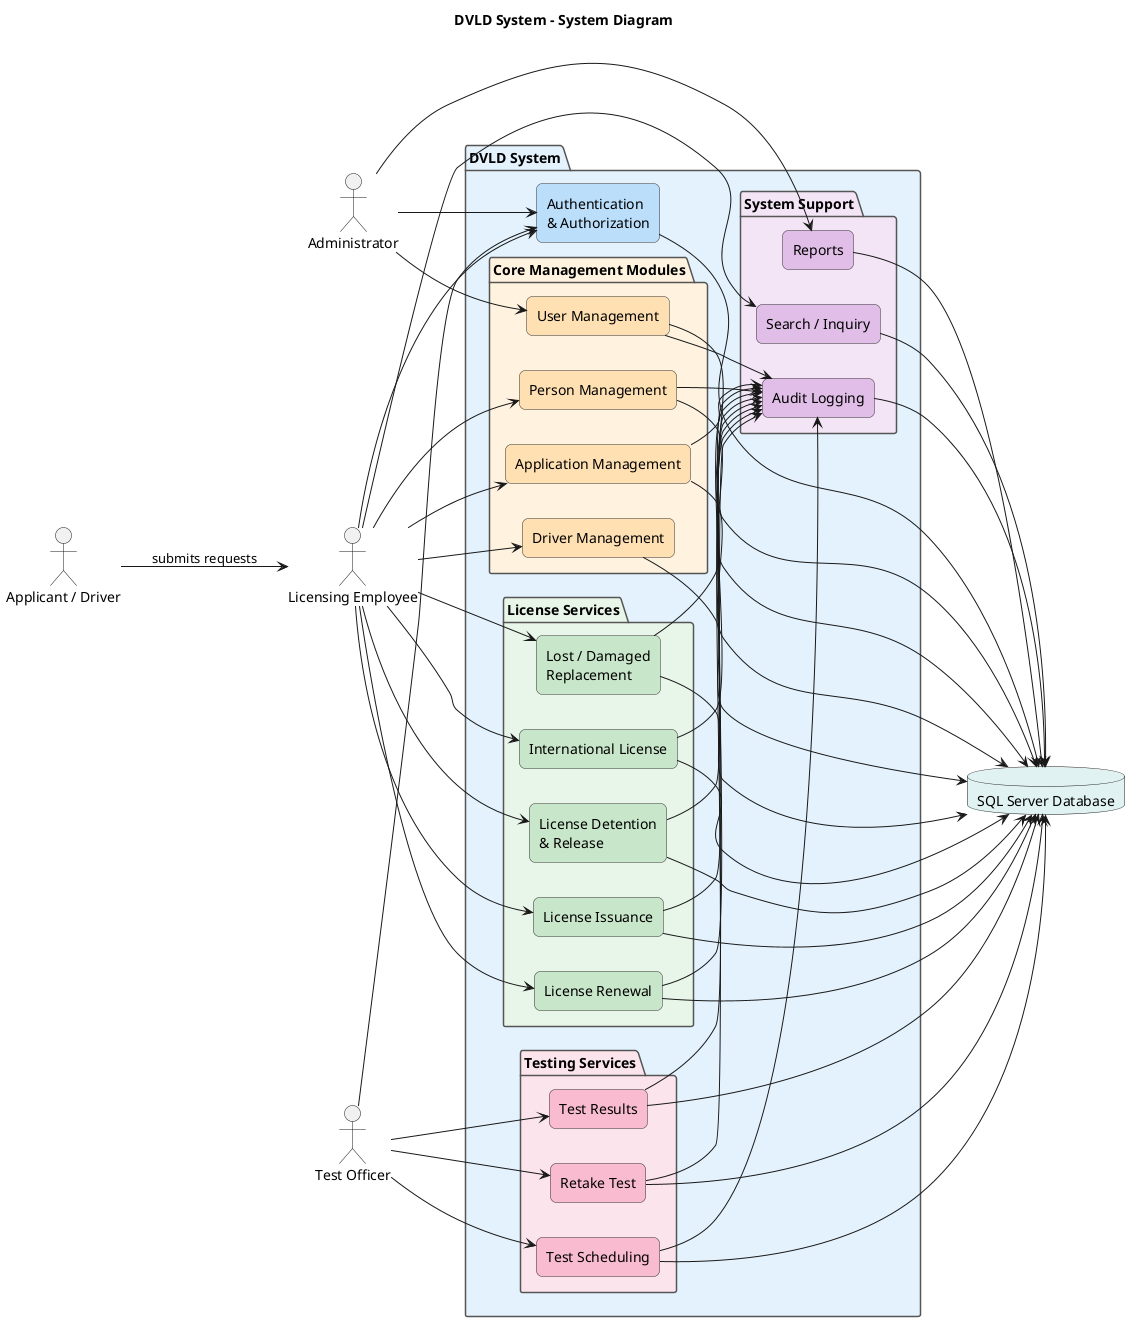
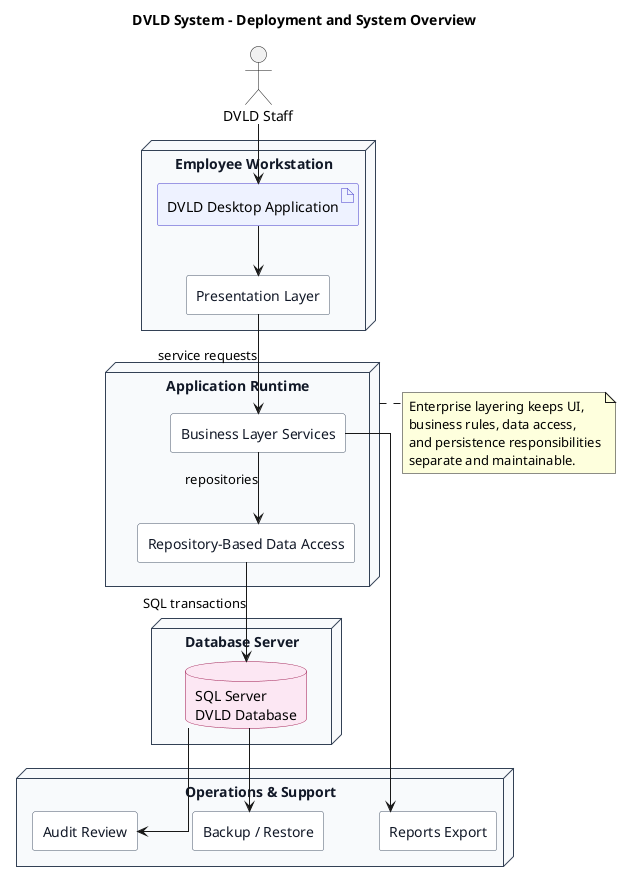
- @startuml system-diagram.puml
- title DVLD System - System Diagram
+ @startuml system-diagram
+ title DVLD System - Deployment and System Overview

- left to right direction
+ top to bottom direction
+ 
skinparam shadowing false
+ skinparam componentStyle rectangle
+ skinparam linetype ortho
+ skinparam backgroundColor #FFFFFF
+ skinparam nodesep 55
+ skinparam ranksep 50

- skinparam rectangle {
-   RoundCorner 12
-   BorderColor #333333
+ skinparam node {
+   BackgroundColor #F8FAFC
+   BorderColor #334155
+   FontColor #111827
+ }
+ skinparam component {
+   BackgroundColor #FFFFFF
+   BorderColor #475569
+   FontColor #111827
+ }
+ skinparam database {
+   BackgroundColor #FCE7F3
+   BorderColor #9D174D
+ }
+ skinparam artifact {
+   BackgroundColor #EEF2FF
+   BorderColor #4338CA
}

- skinparam package {
-   BorderColor #555555
+ actor "DVLD Staff" as Staff
+ 
+ node "Employee Workstation" as Workstation {
+   artifact "DVLD Desktop Application" as DesktopApp
+   component "Presentation Layer" as Presentation
}

- actor "Administrator" as Admin
- actor "Licensing Employee" as Employee
- actor "Test Officer" as Officer
- actor "Applicant / Driver" as Applicant
- 
- package "DVLD System" #E3F2FD {
- 
-   rectangle "Authentication\n& Authorization" as Auth #BBDEFB
- 
-   package "Core Management Modules" #FFF3E0 {
-     rectangle "User Management" as UserMgmt #FFE0B2
-     rectangle "Person Management" as PersonMgmt #FFE0B2
-     rectangle "Driver Management" as DriverMgmt #FFE0B2
-     rectangle "Application Management" as AppMgmt #FFE0B2
-   }
- 
-   package "License Services" #E8F5E9 {
-     rectangle "License Issuance" as Issue #C8E6C9
-     rectangle "License Renewal" as Renewal #C8E6C9
-     rectangle "Lost / Damaged\nReplacement" as Replacement #C8E6C9
-     rectangle "International License" as International #C8E6C9
-     rectangle "License Detention\n& Release" as Detention #C8E6C9
-   }
- 
-   package "Testing Services" #FCE4EC {
-     rectangle "Test Scheduling" as TestSchedule #F8BBD0
-     rectangle "Test Results" as TestResults #F8BBD0
-     rectangle "Retake Test" as Retake #F8BBD0
-   }
- 
-   package "System Support" #F3E5F5 {
-     rectangle "Search / Inquiry" as Search #E1BEE7
-     rectangle "Audit Logging" as Audit #E1BEE7
-     rectangle "Reports" as Reports #E1BEE7
-   }
+ node "Application Runtime" as Runtime {
+   component "Business Layer Services" as BusinessServices
+   component "Repository-Based Data Access" as DataAccess
}

- database "SQL Server Database" as DB #E0F2F1
+ node "Database Server" as DatabaseServer {
+   database "SQL Server\nDVLD Database" as SqlServer
+ }

- Admin --> Auth
- Employee --> Auth
- Officer --> Auth
+ node "Operations & Support" as Operations {
+   component "Backup / Restore" as Backup
+   component "Audit Review" as AuditReview
+   component "Reports Export" as ReportsExport
+ }

- Admin --> UserMgmt
- Admin --> Reports
+ Staff --> DesktopApp
+ DesktopApp --> Presentation
+ Presentation --> BusinessServices : service requests
+ BusinessServices --> DataAccess : repositories
+ DataAccess --> SqlServer : SQL transactions

- Employee --> PersonMgmt
- Employee --> DriverMgmt
- Employee --> AppMgmt
- Employee --> Issue
- Employee --> Renewal
- Employee --> Replacement
- Employee --> International
- Employee --> Detention
- Employee --> Search
+ SqlServer --> Backup
+ SqlServer --> AuditReview
+ BusinessServices --> ReportsExport

- Officer --> TestSchedule
- Officer --> TestResults
- Officer --> Retake
+ note right of Runtime
+ Enterprise layering keeps UI,
+ business rules, data access,
+ and persistence responsibilities
+ separate and maintainable.
+ end note

- Applicant --> Employee : submits requests
- 
- Auth --> DB
- UserMgmt --> DB
- PersonMgmt --> DB
- DriverMgmt --> DB
- AppMgmt --> DB
- Issue --> DB
- Renewal --> DB
- Replacement --> DB
- International --> DB
- Detention --> DB
- TestSchedule --> DB
- TestResults --> DB
- Retake --> DB
- Search --> DB
- Audit --> DB
- Reports --> DB
- 
- UserMgmt --> Audit
- PersonMgmt --> Audit
- AppMgmt --> Audit
- Issue --> Audit
- Renewal --> Audit
- Replacement --> Audit
- International --> Audit
- Detention --> Audit
- TestSchedule --> Audit
- TestResults --> Audit
- Retake --> Audit
- 
- @enduml+ @enduml
